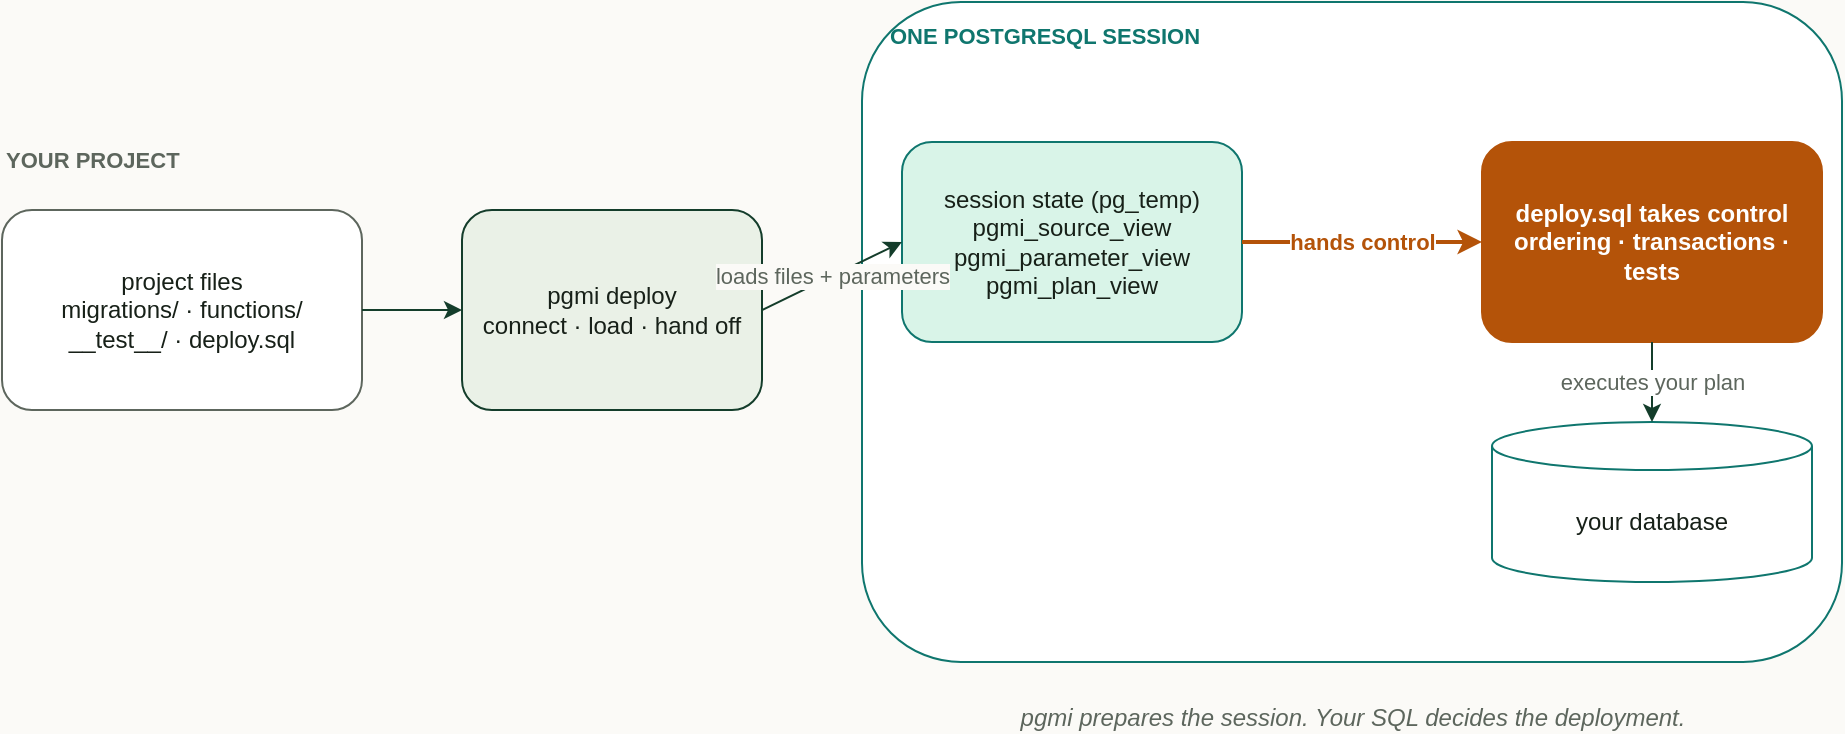
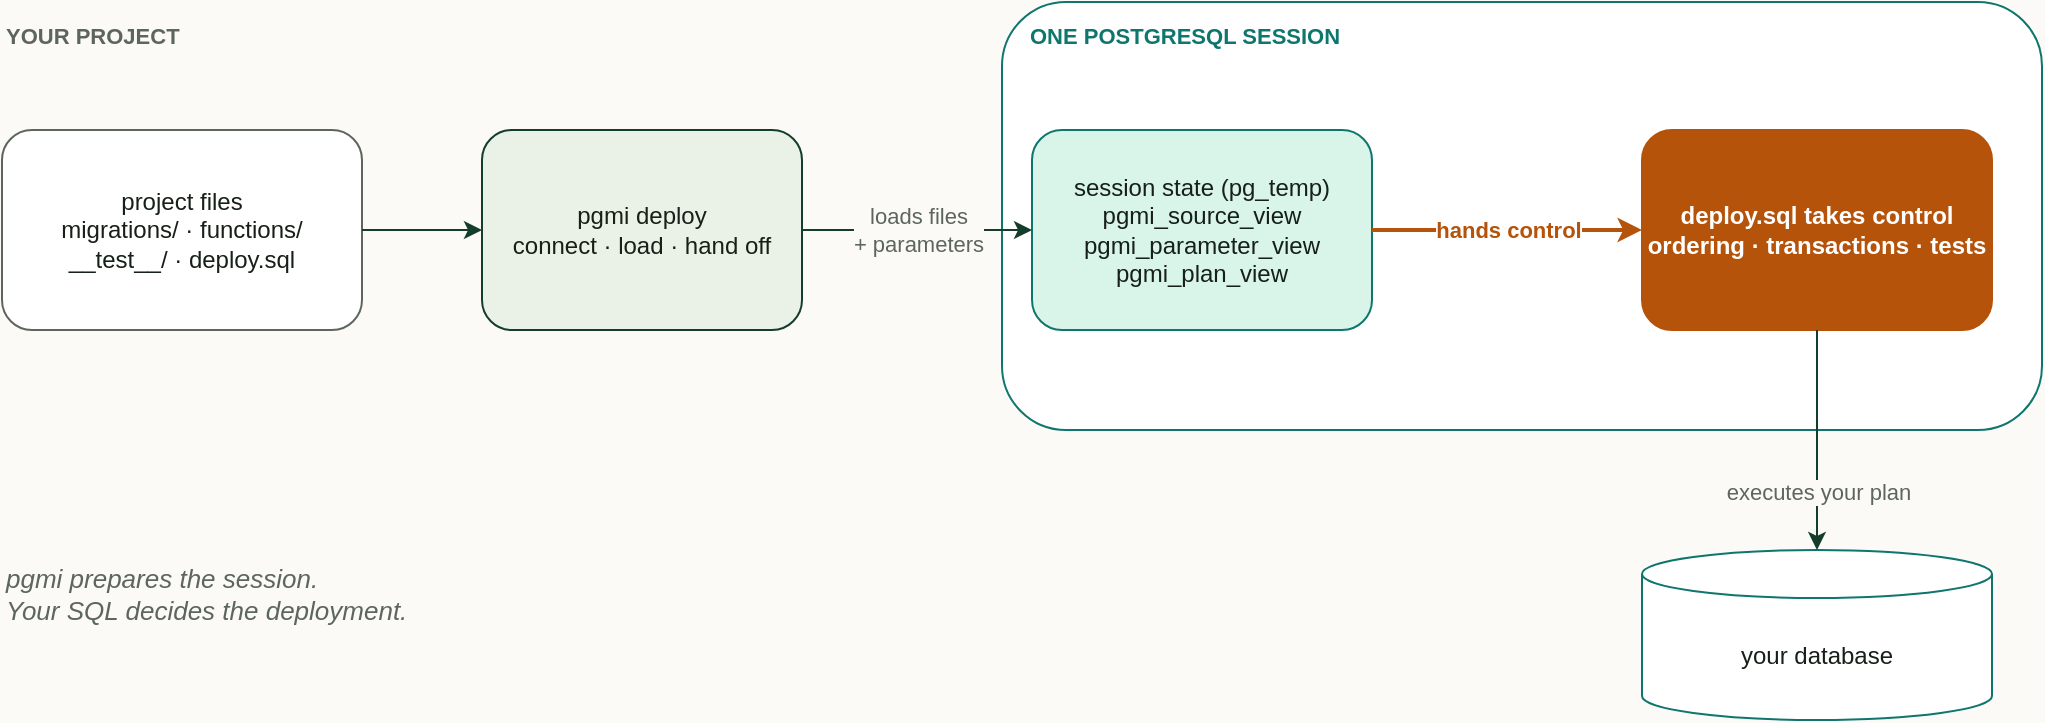
- <mxGraphModel adaptiveColors="none" background="#fbfaf7" grid="0" page="1" pageWidth="980" pageHeight="430">
+ <mxGraphModel adaptiveColors="none" background="#fbfaf7" grid="0" page="1" pageWidth="1100" pageHeight="440">
  <root>
    <mxCell id="0" />
    <mxCell id="1" parent="0" />
-     <mxCell id="lblProj" value="YOUR PROJECT" style="text;html=1;align=left;fontStyle=1;fontSize=11;fontColor=#5d665d;" vertex="1" parent="1"><mxGeometry x="30" y="112" width="200" height="20" as="geometry" /></mxCell>
-     <mxCell id="proj" value="project files&#10;migrations/ · functions/&#10;__test__/ · deploy.sql" style="rounded=1;whiteSpace=wrap;html=1;fillColor=#ffffff;strokeColor=#5d665d;fontColor=#172018;fontSize=12" vertex="1" parent="1"><mxGeometry x="30" y="150" width="180" height="100" as="geometry" /></mxCell>
-     <mxCell id="cli" value="pgmi deploy&#10;connect · load · hand off" style="rounded=1;whiteSpace=wrap;html=1;fillColor=#eaf1e7;strokeColor=#143d2b;fontColor=#172018;fontSize=12" vertex="1" parent="1"><mxGeometry x="260" y="150" width="150" height="100" as="geometry" /></mxCell>
-     <mxCell id="sess" value="ONE POSTGRESQL SESSION" style="rounded=1;whiteSpace=wrap;html=1;fillColor=#ffffff;strokeColor=#0f766e;verticalAlign=top;align=left;fontStyle=1;fontSize=11;fontColor=#0f766e;spacingLeft=12;spacingTop=4" vertex="1" parent="1"><mxGeometry x="460" y="46" width="490" height="330" as="geometry" /></mxCell>
-     <mxCell id="views" value="session state (pg_temp)&#10;pgmi_source_view&#10;pgmi_parameter_view&#10;pgmi_plan_view" style="rounded=1;whiteSpace=wrap;html=1;fillColor=#d9f4e8;strokeColor=#0f766e;fontColor=#172018;fontSize=12" vertex="1" parent="1"><mxGeometry x="480" y="116" width="170" height="100" as="geometry" /></mxCell>
-     <mxCell id="dep" value="deploy.sql takes control&#10;ordering · transactions · tests" style="rounded=1;whiteSpace=wrap;html=1;fillColor=#b45309;strokeColor=#b45309;fontColor=#ffffff;fontStyle=1;fontSize=12" vertex="1" parent="1"><mxGeometry x="770" y="116" width="170" height="100" as="geometry" /></mxCell>
-     <mxCell id="db" value="your database" style="shape=cylinder3;whiteSpace=wrap;html=1;boundedLbl=1;backgroundOutline=1;size=12;fillColor=#ffffff;strokeColor=#0f766e;fontColor=#172018;fontSize=12" vertex="1" parent="1"><mxGeometry x="775" y="256" width="160" height="80" as="geometry" /></mxCell>
+     <mxCell id="lblProj" value="YOUR PROJECT" style="text;html=1;align=left;fontStyle=1;fontSize=11;fontColor=#5d665d;" vertex="1" parent="1"><mxGeometry x="40" y="60" width="200" height="20" as="geometry" /></mxCell>
+     <mxCell id="sess" value="ONE POSTGRESQL SESSION" style="rounded=1;whiteSpace=wrap;html=1;fillColor=#ffffff;strokeColor=#0f766e;verticalAlign=top;align=left;fontStyle=1;fontSize=11;fontColor=#0f766e;spacingLeft=12;spacingTop=4" vertex="1" parent="1"><mxGeometry x="540" y="56" width="520" height="214" as="geometry" /></mxCell>
+     <mxCell id="proj" value="project files&#10;migrations/ · functions/&#10;__test__/ · deploy.sql" style="rounded=1;whiteSpace=wrap;html=1;fillColor=#ffffff;strokeColor=#5d665d;fontColor=#172018;fontSize=12" vertex="1" parent="1"><mxGeometry x="40" y="120" width="180" height="100" as="geometry" /></mxCell>
+     <mxCell id="cli" value="pgmi deploy&#10;connect · load · hand off" style="rounded=1;whiteSpace=wrap;html=1;fillColor=#eaf1e7;strokeColor=#143d2b;fontColor=#172018;fontSize=12" vertex="1" parent="1"><mxGeometry x="280" y="120" width="160" height="100" as="geometry" /></mxCell>
+     <mxCell id="views" value="session state (pg_temp)&#10;pgmi_source_view&#10;pgmi_parameter_view&#10;pgmi_plan_view" style="rounded=1;whiteSpace=wrap;html=1;fillColor=#d9f4e8;strokeColor=#0f766e;fontColor=#172018;fontSize=12" vertex="1" parent="1"><mxGeometry x="555" y="120" width="170" height="100" as="geometry" /></mxCell>
+     <mxCell id="dep" value="deploy.sql takes control&#10;ordering · transactions · tests" style="rounded=1;whiteSpace=wrap;html=1;fillColor=#b45309;strokeColor=#b45309;fontColor=#ffffff;fontStyle=1;fontSize=12" vertex="1" parent="1"><mxGeometry x="860" y="120" width="175" height="100" as="geometry" /></mxCell>
+     <mxCell id="db" value="your database" style="shape=cylinder3;whiteSpace=wrap;html=1;boundedLbl=1;backgroundOutline=1;size=12;fillColor=#ffffff;strokeColor=#0f766e;fontColor=#172018;fontSize=12" vertex="1" parent="1"><mxGeometry x="860" y="330" width="175" height="85" as="geometry" /></mxCell>
    <mxCell id="e1" style="html=1;endArrow=classic;strokeColor=#143d2b;exitX=1;exitY=0.5;entryX=0;entryY=0.5" edge="1" parent="1" source="proj" target="cli"><mxGeometry relative="1" as="geometry" /></mxCell>
-     <mxCell id="e2" value="loads files + parameters" style="html=1;endArrow=classic;strokeColor=#143d2b;fontColor=#5d665d;fontSize=11;labelBackgroundColor=#fbfaf7;exitX=1;exitY=0.5;entryX=0;entryY=0.5" edge="1" parent="1" source="cli" target="views"><mxGeometry relative="1" as="geometry" /></mxCell>
+     <mxCell id="e2" value="loads files&#10;+ parameters" style="html=1;endArrow=classic;strokeColor=#143d2b;fontColor=#5d665d;fontSize=11;labelBackgroundColor=#fbfaf7;exitX=1;exitY=0.5;entryX=0;entryY=0.5" edge="1" parent="1" source="cli" target="views"><mxGeometry relative="1" as="geometry" /></mxCell>
    <mxCell id="e3" value="hands control" style="html=1;endArrow=classic;strokeColor=#b45309;strokeWidth=2;fontColor=#b45309;fontStyle=1;fontSize=11;labelBackgroundColor=#ffffff;exitX=1;exitY=0.5;entryX=0;entryY=0.5" edge="1" parent="1" source="views" target="dep"><mxGeometry relative="1" as="geometry" /></mxCell>
-     <mxCell id="e4" value="executes your plan" style="html=1;endArrow=classic;strokeColor=#143d2b;fontColor=#5d665d;fontSize=11;labelBackgroundColor=#ffffff;exitX=0.5;exitY=1;entryX=0.5;entryY=0" edge="1" parent="1" source="dep" target="db"><mxGeometry relative="1" as="geometry" /></mxCell>
-     <mxCell id="cap" value="pgmi prepares the session. Your SQL decides the deployment." style="text;html=1;align=center;fontStyle=2;fontSize=12;fontColor=#5d665d;" vertex="1" parent="1"><mxGeometry x="460" y="390" width="490" height="20" as="geometry" /></mxCell>
+     <mxCell id="e4" value="executes your plan" style="html=1;endArrow=classic;strokeColor=#143d2b;fontColor=#5d665d;fontSize=11;labelBackgroundColor=#fbfaf7;exitX=0.5;exitY=1;entryX=0.5;entryY=0" edge="1" parent="1" source="dep" target="db"><mxGeometry relative="1" as="geometry"><mxPoint as="offset" x="0" y="26" /></mxGeometry></mxCell>
+     <mxCell id="cap" value="pgmi prepares the session.&#10;Your SQL decides the deployment." style="text;html=1;align=left;fontStyle=2;fontSize=13;fontColor=#5d665d;" vertex="1" parent="1"><mxGeometry x="40" y="330" width="380" height="44" as="geometry" /></mxCell>
  </root>
</mxGraphModel>
